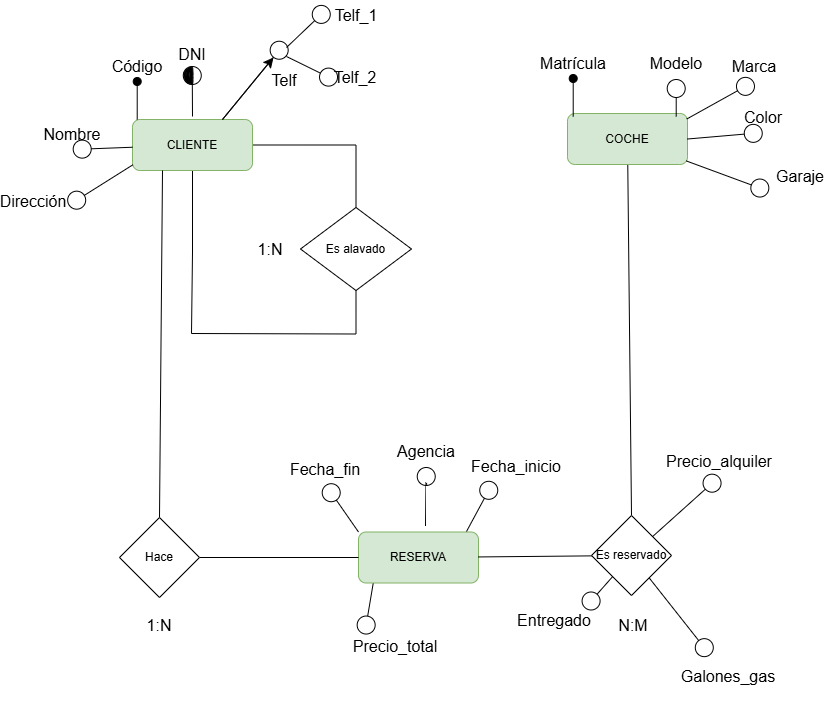
This is Data Base/Coches.drawio.png from Samue45/1-DAM, a draw.io export, as it was before one commit. Source tidied: cells renumbered, new cells last; positions are measured from the earlier drawing's top-left corner, leaving out a move shared by most shapes.
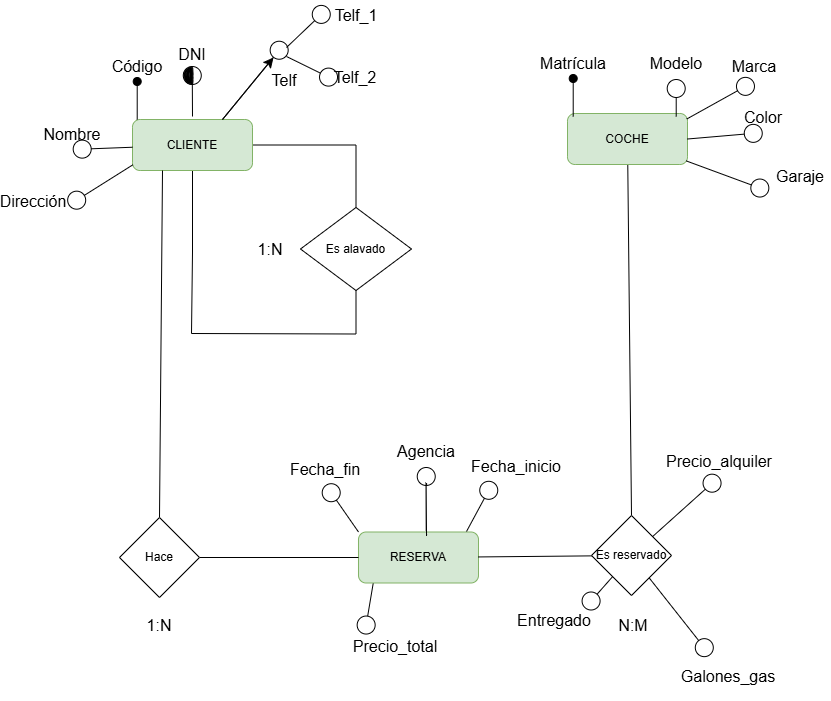
The same diagram one commit later.

The edit, as a diff of the source:
```diff
@@ -212,9 +212,8 @@
     <mxCell id="56" style="endArrow=circle;html=1;rounded=0;fontSize=12;startSize=8;endSize=8;curved=1;entryX=0.5;entryY=1;entryDx=0;entryDy=0;endFill=0;" parent="1" edge="1" source="42" target="30">
       <mxGeometry relative="1" as="geometry" />
     </mxCell>
-    <mxCell id="57" style="endArrow=circle;html=1;rounded=0;fontSize=12;startSize=8;endSize=8;curved=1;entryX=0.5;entryY=1;entryDx=0;entryDy=0;endFill=0;" parent="1" edge="1">
+    <mxCell id="57" style="endArrow=circle;html=1;rounded=0;fontSize=12;startSize=8;endSize=8;curved=1;entryX=0.5;entryY=1;entryDx=0;entryDy=0;endFill=0;exitX=0.567;exitY=0.088;exitDx=0;exitDy=0;exitPerimeter=0;" parent="1" edge="1" source="38">
       <mxGeometry relative="1" as="geometry">
-        <mxPoint x="422" y="525" as="sourcePoint" />
         <mxPoint x="422.3" y="466" as="targetPoint" />
         <Array as="points">
           <mxPoint x="422.6" y="472" />
```
